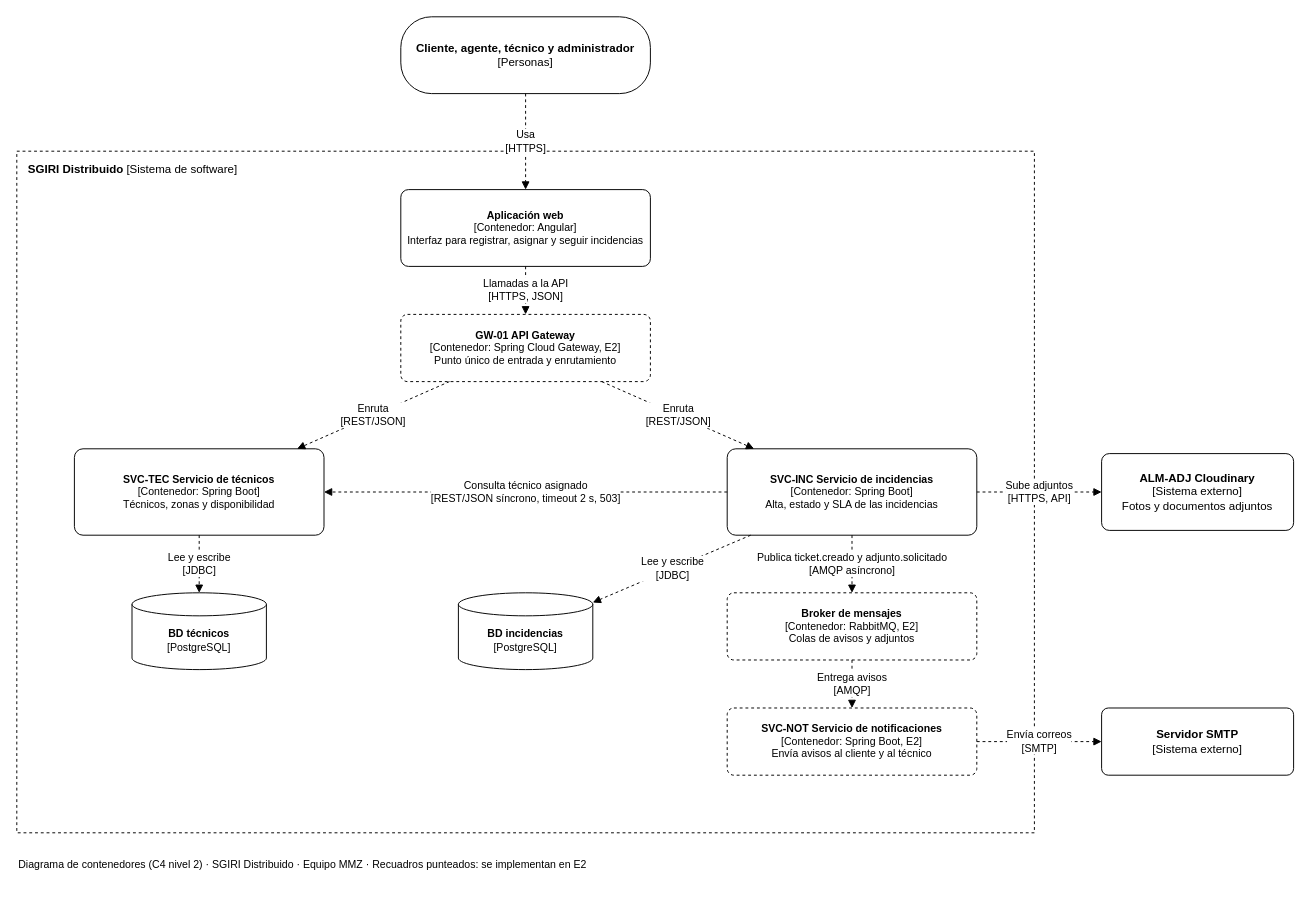
Amendozab5/sgiri-distribuido keeps this draw.io diagram as docs/diagramas/C4-nivel-2-SGIRI.drawio. Above is the earlier version. Source tidied: cells renumbered, new cells numbered last; positions are measured from the earlier drawing's top-left corner, leaving out a move shared by most shapes. Both pictures are drawn from the tidied source at 96%, with x=0, y=0 at pixel (16, 16).
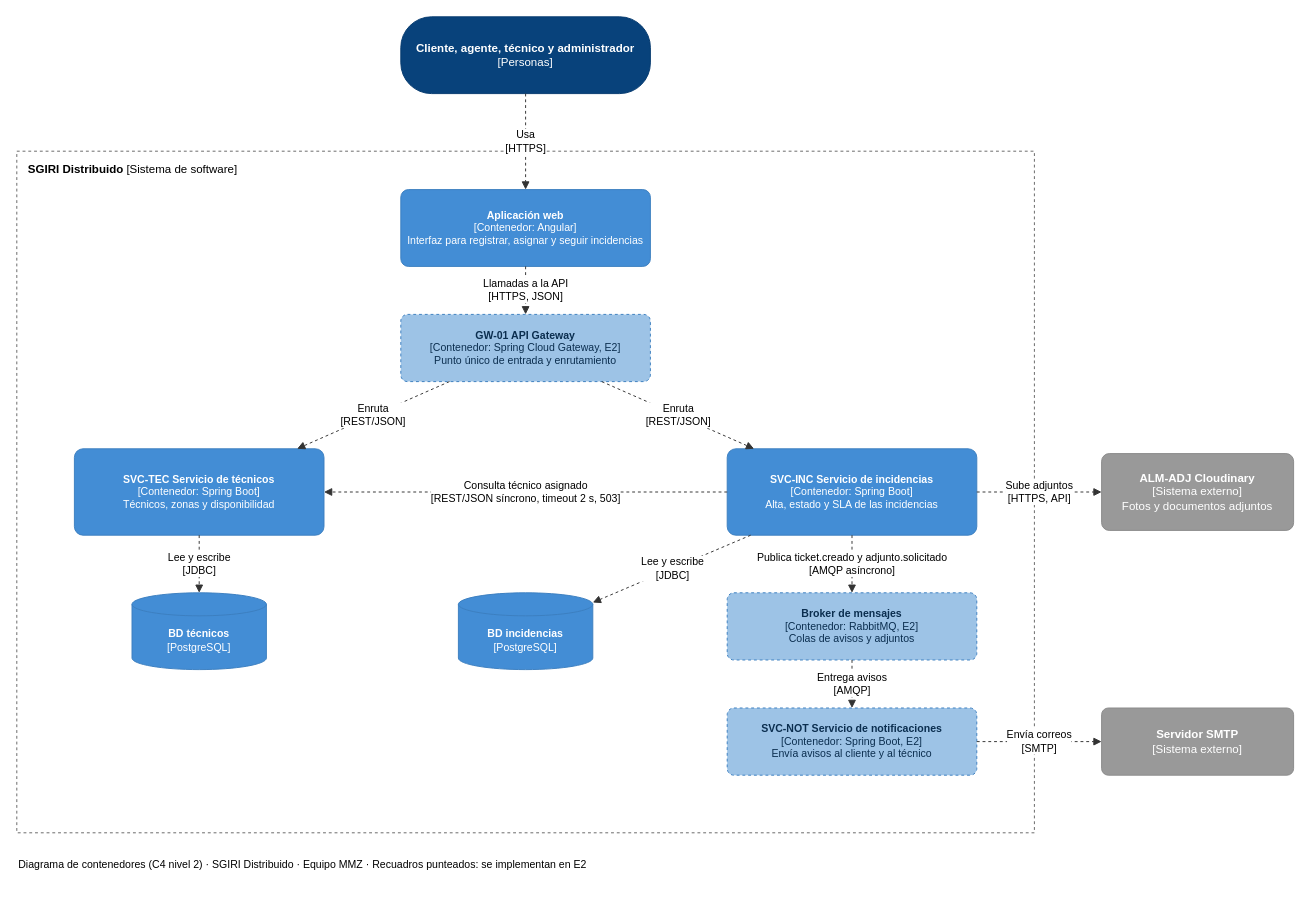
The same diagram, later.

Commit message (it also covers changes not shown here):
Agrega diagrama C4 nivel 2 de contenedores

The edit, as a diff of the source:
```diff
@@
-    <mxCell id="2" style="rounded=0;whiteSpace=wrap;html=1;dashed=1;" parent="1" vertex="1">
+    <mxCell id="2" style="rounded=0;whiteSpace=wrap;html=1;fillColor=none;dashed=1;strokeColor=#666666;" parent="1" vertex="1">
       <mxGeometry y="140" width="1060" height="710" as="geometry" />
     </mxCell>
@@
-    <mxCell id="4" value="&lt;b&gt;Cliente, agente, técnico y administrador&lt;/b&gt;&lt;br&gt;[Personas]" style="rounded=1;whiteSpace=wrap;html=1;fontSize=12;arcSize=40;" parent="1" vertex="1">
+    <mxCell id="4" value="&lt;b&gt;Cliente, agente, técnico y administrador&lt;/b&gt;&lt;br&gt;[Personas]" style="rounded=1;whiteSpace=wrap;html=1;fillColor=#08427B;fontColor=#ffffff;strokeColor=#073B6F;fontSize=12;arcSize=40;" parent="1" vertex="1">
       <mxGeometry x="400" width="260" height="80" as="geometry" />
     </mxCell>
-    <mxCell id="5" value="&lt;b&gt;Aplicación web&lt;/b&gt;&lt;br&gt;[Contenedor: Angular]&lt;br&gt;Interfaz para registrar, asignar y seguir incidencias" style="rounded=1;whiteSpace=wrap;html=1;fontSize=11;arcSize=10;" parent="1" vertex="1">
+    <mxCell id="5" value="&lt;b&gt;Aplicación web&lt;/b&gt;&lt;br&gt;[Contenedor: Angular]&lt;br&gt;Interfaz para registrar, asignar y seguir incidencias" style="rounded=1;whiteSpace=wrap;html=1;fillColor=#438DD5;fontColor=#ffffff;strokeColor=#3C7FC0;fontSize=11;arcSize=10;" parent="1" vertex="1">
       <mxGeometry x="400" y="180" width="260" height="80" as="geometry" />
     </mxCell>
-    <mxCell id="6" value="&lt;b&gt;GW-01 API Gateway&lt;/b&gt;&lt;br&gt;[Contenedor: Spring Cloud Gateway, E2]&lt;br&gt;Punto único de entrada y enrutamiento" style="rounded=1;whiteSpace=wrap;html=1;dashed=1;fontSize=11;arcSize=10;" parent="1" vertex="1">
+    <mxCell id="6" value="&lt;b&gt;GW-01 API Gateway&lt;/b&gt;&lt;br&gt;[Contenedor: Spring Cloud Gateway, E2]&lt;br&gt;Punto único de entrada y enrutamiento" style="rounded=1;whiteSpace=wrap;html=1;fillColor=#9DC3E6;fontColor=#0B2E4F;strokeColor=#3C7FC0;dashed=1;fontSize=11;arcSize=10;" parent="1" vertex="1">
       <mxGeometry x="400" y="310" width="260" height="70" as="geometry" />
     </mxCell>
-    <mxCell id="7" value="&lt;b&gt;SVC-INC Servicio de incidencias&lt;/b&gt;&lt;br&gt;[Contenedor: Spring Boot]&lt;br&gt;Alta, estado y SLA de las incidencias" style="rounded=1;whiteSpace=wrap;html=1;fontSize=11;arcSize=10;" parent="1" vertex="1">
+    <mxCell id="7" value="&lt;b&gt;SVC-INC Servicio de incidencias&lt;/b&gt;&lt;br&gt;[Contenedor: Spring Boot]&lt;br&gt;Alta, estado y SLA de las incidencias" style="rounded=1;whiteSpace=wrap;html=1;fillColor=#438DD5;fontColor=#ffffff;strokeColor=#3C7FC0;fontSize=11;arcSize=10;" parent="1" vertex="1">
       <mxGeometry x="740" y="450" width="260" height="90" as="geometry" />
     </mxCell>
-    <mxCell id="8" value="&lt;b&gt;SVC-TEC Servicio de técnicos&lt;/b&gt;&lt;br&gt;[Contenedor: Spring Boot]&lt;br&gt;Técnicos, zonas y disponibilidad" style="rounded=1;whiteSpace=wrap;html=1;fontSize=11;arcSize=10;" parent="1" vertex="1">
+    <mxCell id="8" value="&lt;b&gt;SVC-TEC Servicio de técnicos&lt;/b&gt;&lt;br&gt;[Contenedor: Spring Boot]&lt;br&gt;Técnicos, zonas y disponibilidad" style="rounded=1;whiteSpace=wrap;html=1;fillColor=#438DD5;fontColor=#ffffff;strokeColor=#3C7FC0;fontSize=11;arcSize=10;" parent="1" vertex="1">
       <mxGeometry x="60" y="450" width="260" height="90" as="geometry" />
     </mxCell>
-    <mxCell id="9" value="&lt;b&gt;Broker de mensajes&lt;/b&gt;&lt;br&gt;[Contenedor: RabbitMQ, E2]&lt;br&gt;Colas de avisos y adjuntos" style="rounded=1;whiteSpace=wrap;html=1;dashed=1;fontSize=11;arcSize=10;" parent="1" vertex="1">
+    <mxCell id="9" value="&lt;b&gt;Broker de mensajes&lt;/b&gt;&lt;br&gt;[Contenedor: RabbitMQ, E2]&lt;br&gt;Colas de avisos y adjuntos" style="rounded=1;whiteSpace=wrap;html=1;fillColor=#9DC3E6;fontColor=#0B2E4F;strokeColor=#3C7FC0;dashed=1;fontSize=11;arcSize=10;" parent="1" vertex="1">
       <mxGeometry x="740" y="600" width="260" height="70" as="geometry" />
     </mxCell>
-    <mxCell id="10" value="&lt;b&gt;SVC-NOT Servicio de notificaciones&lt;/b&gt;&lt;br&gt;[Contenedor: Spring Boot, E2]&lt;br&gt;Envía avisos al cliente y al técnico" style="rounded=1;whiteSpace=wrap;html=1;dashed=1;fontSize=11;arcSize=10;" parent="1" vertex="1">
+    <mxCell id="10" value="&lt;b&gt;SVC-NOT Servicio de notificaciones&lt;/b&gt;&lt;br&gt;[Contenedor: Spring Boot, E2]&lt;br&gt;Envía avisos al cliente y al técnico" style="rounded=1;whiteSpace=wrap;html=1;fillColor=#9DC3E6;fontColor=#0B2E4F;strokeColor=#3C7FC0;dashed=1;fontSize=11;arcSize=10;" parent="1" vertex="1">
       <mxGeometry x="740" y="720" width="260" height="70" as="geometry" />
     </mxCell>
-    <mxCell id="11" value="&lt;b&gt;BD incidencias&lt;/b&gt;&lt;br&gt;[PostgreSQL]" style="shape=cylinder3;whiteSpace=wrap;html=1;boundedLbl=1;size=12;fontSize=11;" parent="1" vertex="1">
+    <mxCell id="11" value="&lt;b&gt;BD incidencias&lt;/b&gt;&lt;br&gt;[PostgreSQL]" style="shape=cylinder3;whiteSpace=wrap;html=1;boundedLbl=1;size=12;fillColor=#438DD5;fontColor=#ffffff;strokeColor=#3C7FC0;fontSize=11;" parent="1" vertex="1">
       <mxGeometry x="460" y="600" width="140" height="80" as="geometry" />
     </mxCell>
-    <mxCell id="12" value="&lt;b&gt;BD técnicos&lt;/b&gt;&lt;br&gt;[PostgreSQL]" style="shape=cylinder3;whiteSpace=wrap;html=1;boundedLbl=1;size=12;fontSize=11;" parent="1" vertex="1">
+    <mxCell id="12" value="&lt;b&gt;BD técnicos&lt;/b&gt;&lt;br&gt;[PostgreSQL]" style="shape=cylinder3;whiteSpace=wrap;html=1;boundedLbl=1;size=12;fillColor=#438DD5;fontColor=#ffffff;strokeColor=#3C7FC0;fontSize=11;" parent="1" vertex="1">
       <mxGeometry x="120" y="600" width="140" height="80" as="geometry" />
     </mxCell>
-    <mxCell id="13" value="&lt;b&gt;ALM-ADJ Cloudinary&lt;/b&gt;&lt;br&gt;[Sistema externo]&lt;br&gt;Fotos y documentos adjuntos" style="rounded=1;whiteSpace=wrap;html=1;fontSize=12;arcSize=10;" parent="1" vertex="1">
+    <mxCell id="13" value="&lt;b&gt;ALM-ADJ Cloudinary&lt;/b&gt;&lt;br&gt;[Sistema externo]&lt;br&gt;Fotos y documentos adjuntos" style="rounded=1;whiteSpace=wrap;html=1;fillColor=#999999;fontColor=#ffffff;strokeColor=#8A8A8A;fontSize=12;arcSize=10;" parent="1" vertex="1">
       <mxGeometry x="1130" y="455" width="200" height="80" as="geometry" />
     </mxCell>
-    <mxCell id="14" value="&lt;b&gt;Servidor SMTP&lt;/b&gt;&lt;br&gt;[Sistema externo]" style="rounded=1;whiteSpace=wrap;html=1;fontSize=12;arcSize=10;" parent="1" vertex="1">
+    <mxCell id="14" value="&lt;b&gt;Servidor SMTP&lt;/b&gt;&lt;br&gt;[Sistema externo]" style="rounded=1;whiteSpace=wrap;html=1;fillColor=#999999;fontColor=#ffffff;strokeColor=#8A8A8A;fontSize=12;arcSize=10;" parent="1" vertex="1">
       <mxGeometry x="1130" y="720" width="200" height="70" as="geometry" />
     </mxCell>
-    <mxCell id="15" value="Usa&lt;br&gt;[HTTPS]" style="endArrow=block;endFill=1;html=1;dashed=1;fontSize=11;labelBackgroundColor=#ffffff;" parent="1" edge="1" source="4" target="5">
+    <mxCell id="15" value="Usa&lt;br&gt;[HTTPS]" style="endArrow=block;endFill=1;html=1;dashed=1;strokeColor=#333333;fontSize=11;labelBackgroundColor=#ffffff;" parent="1" edge="1" source="4" target="5">
       <mxGeometry relative="1" as="geometry" />
     </mxCell>
-    <mxCell id="16" value="Llamadas a la API&lt;br&gt;[HTTPS, JSON]" style="endArrow=block;endFill=1;html=1;dashed=1;fontSize=11;labelBackgroundColor=#ffffff;" parent="1" edge="1" source="5" target="6">
+    <mxCell id="16" value="Llamadas a la API&lt;br&gt;[HTTPS, JSON]" style="endArrow=block;endFill=1;html=1;dashed=1;strokeColor=#333333;fontSize=11;labelBackgroundColor=#ffffff;" parent="1" edge="1" source="5" target="6">
       <mxGeometry relative="1" as="geometry" />
     </mxCell>
-    <mxCell id="17" value="Enruta&lt;br&gt;[REST/JSON]" style="endArrow=block;endFill=1;html=1;dashed=1;fontSize=11;labelBackgroundColor=#ffffff;" parent="1" edge="1" source="6" target="7">
+    <mxCell id="17" value="Enruta&lt;br&gt;[REST/JSON]" style="endArrow=block;endFill=1;html=1;dashed=1;strokeColor=#333333;fontSize=11;labelBackgroundColor=#ffffff;" parent="1" edge="1" source="6" target="7">
       <mxGeometry relative="1" as="geometry" />
     </mxCell>
-    <mxCell id="18" value="Enruta&lt;br&gt;[REST/JSON]" style="endArrow=block;endFill=1;html=1;dashed=1;fontSize=11;labelBackgroundColor=#ffffff;" parent="1" edge="1" source="6" target="8">
+    <mxCell id="18" value="Enruta&lt;br&gt;[REST/JSON]" style="endArrow=block;endFill=1;html=1;dashed=1;strokeColor=#333333;fontSize=11;labelBackgroundColor=#ffffff;" parent="1" edge="1" source="6" target="8">
       <mxGeometry relative="1" as="geometry" />
     </mxCell>
-    <mxCell id="19" value="Consulta técnico asignado&lt;br&gt;[REST/JSON síncrono, timeout 2 s, 503]" style="endArrow=block;endFill=1;html=1;dashed=1;fontSize=11;labelBackgroundColor=#ffffff;" parent="1" edge="1" source="7" target="8">
+    <mxCell id="19" value="Consulta técnico asignado&lt;br&gt;[REST/JSON síncrono, timeout 2 s, 503]" style="endArrow=block;endFill=1;html=1;dashed=1;strokeColor=#333333;fontSize=11;labelBackgroundColor=#ffffff;" parent="1" edge="1" source="7" target="8">
       <mxGeometry relative="1" as="geometry" />
     </mxCell>
-    <mxCell id="20" value="Publica ticket.creado y adjunto.solicitado&lt;br&gt;[AMQP asíncrono]" style="endArrow=block;endFill=1;html=1;dashed=1;fontSize=11;labelBackgroundColor=#ffffff;" parent="1" edge="1" source="7" target="9">
+    <mxCell id="20" value="Publica ticket.creado y adjunto.solicitado&lt;br&gt;[AMQP asíncrono]" style="endArrow=block;endFill=1;html=1;dashed=1;strokeColor=#333333;fontSize=11;labelBackgroundColor=#ffffff;" parent="1" edge="1" source="7" target="9">
       <mxGeometry relative="1" as="geometry" />
     </mxCell>
-    <mxCell id="21" value="Entrega avisos&lt;br&gt;[AMQP]" style="endArrow=block;endFill=1;html=1;dashed=1;fontSize=11;labelBackgroundColor=#ffffff;" parent="1" edge="1" source="9" target="10">
+    <mxCell id="21" value="Entrega avisos&lt;br&gt;[AMQP]" style="endArrow=block;endFill=1;html=1;dashed=1;strokeColor=#333333;fontSize=11;labelBackgroundColor=#ffffff;" parent="1" edge="1" source="9" target="10">
       <mxGeometry relative="1" as="geometry" />
     </mxCell>
-    <mxCell id="22" value="Lee y escribe&lt;br&gt;[JDBC]" style="endArrow=block;endFill=1;html=1;dashed=1;fontSize=11;labelBackgroundColor=#ffffff;" parent="1" edge="1" source="7" target="11">
+    <mxCell id="22" value="Lee y escribe&lt;br&gt;[JDBC]" style="endArrow=block;endFill=1;html=1;dashed=1;strokeColor=#333333;fontSize=11;labelBackgroundColor=#ffffff;" parent="1" edge="1" source="7" target="11">
       <mxGeometry relative="1" as="geometry" />
     </mxCell>
-    <mxCell id="23" value="Lee y escribe&lt;br&gt;[JDBC]" style="endArrow=block;endFill=1;html=1;dashed=1;fontSize=11;labelBackgroundColor=#ffffff;" parent="1" edge="1" source="8" target="12">
+    <mxCell id="23" value="Lee y escribe&lt;br&gt;[JDBC]" style="endArrow=block;endFill=1;html=1;dashed=1;strokeColor=#333333;fontSize=11;labelBackgroundColor=#ffffff;" parent="1" edge="1" source="8" target="12">
       <mxGeometry relative="1" as="geometry" />
     </mxCell>
-    <mxCell id="24" value="Sube adjuntos&lt;br&gt;[HTTPS, API]" style="endArrow=block;endFill=1;html=1;dashed=1;fontSize=11;labelBackgroundColor=#ffffff;" parent="1" edge="1" source="7" target="13">
+    <mxCell id="24" value="Sube adjuntos&lt;br&gt;[HTTPS, API]" style="endArrow=block;endFill=1;html=1;dashed=1;strokeColor=#333333;fontSize=11;labelBackgroundColor=#ffffff;" parent="1" edge="1" source="7" target="13">
       <mxGeometry relative="1" as="geometry" />
     </mxCell>
-    <mxCell id="25" value="Envía correos&lt;br&gt;[SMTP]" style="endArrow=block;endFill=1;html=1;dashed=1;fontSize=11;labelBackgroundColor=#ffffff;" parent="1" edge="1" source="10" target="14">
+    <mxCell id="25" value="Envía correos&lt;br&gt;[SMTP]" style="endArrow=block;endFill=1;html=1;dashed=1;strokeColor=#333333;fontSize=11;labelBackgroundColor=#ffffff;" parent="1" edge="1" source="10" target="14">
       <mxGeometry relative="1" as="geometry" />
     </mxCell>
```
